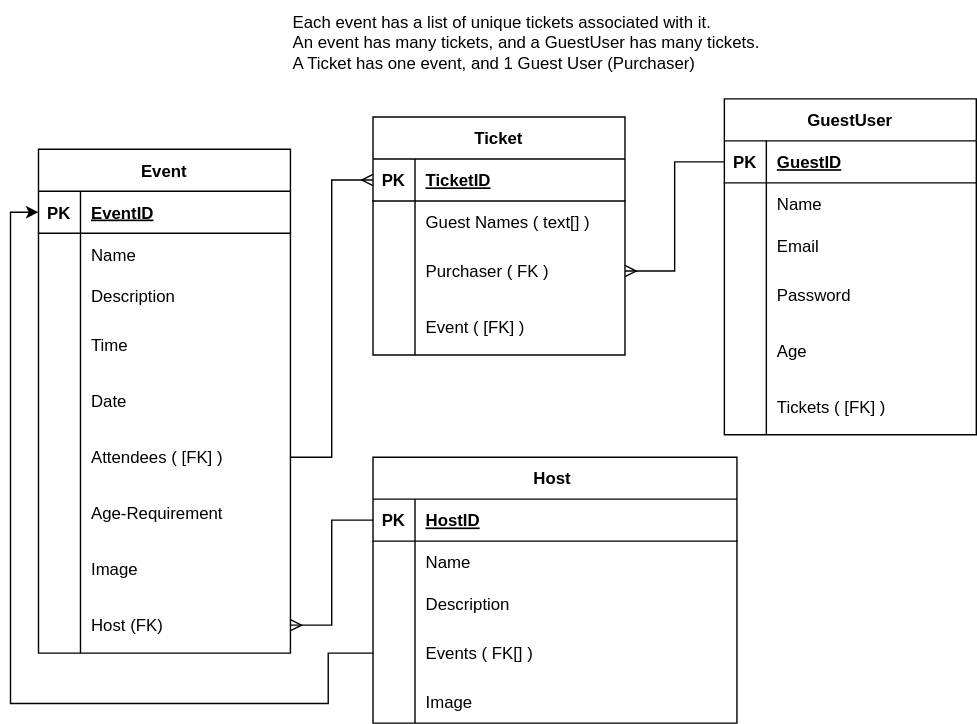
Earlier version of the draw.io export ERD/BookingSystemERD.drawio.svg (tjfacos/BookingSystem). Source tidied: cells renumbered, new cells last; positions are measured from the earlier drawing's top-left corner, leaving out a move shared by most shapes.
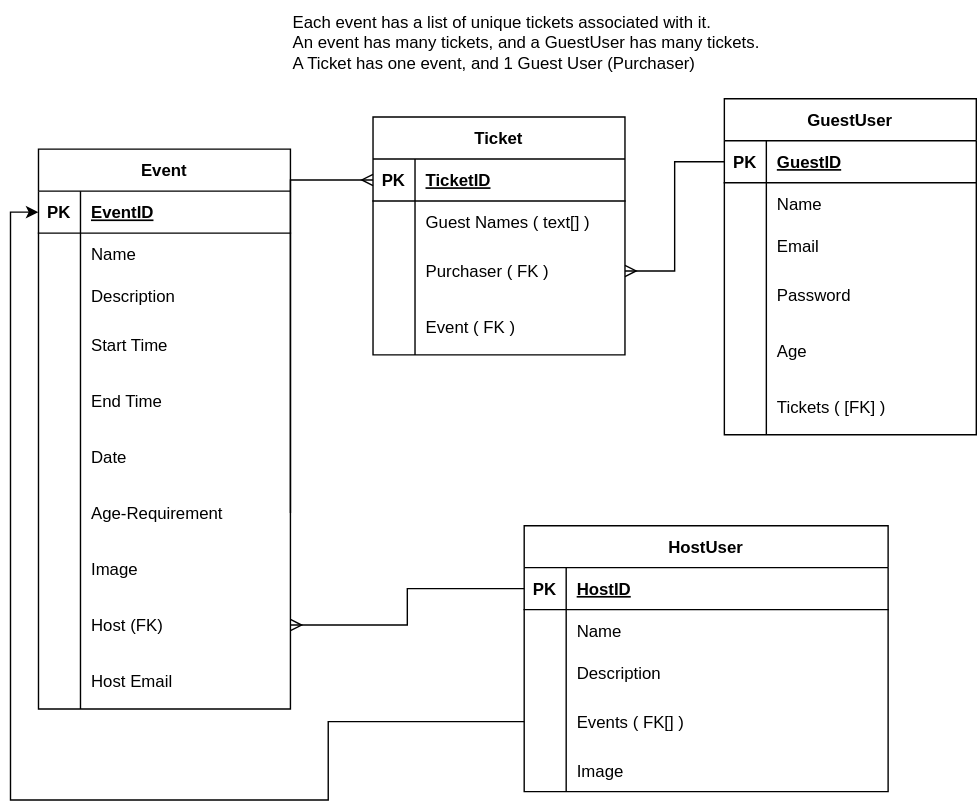
The same file after the commit.

The edit, as a diff of the source:
```diff
@@ -3,7 +3,7 @@
     <mxCell id="0" />
     <mxCell id="1" parent="0" />
     <mxCell id="2" value="Event" style="shape=table;startSize=30;rowLines=0;fontStyle=1;align=center;" parent="1" vertex="1">
-      <mxGeometry x="20" y="106" width="180" height="360" as="geometry" />
+      <mxGeometry x="20" y="106" width="180" height="400" as="geometry" />
     </mxCell>
     <mxCell id="3" style="shape=tableRow;horizontal=0;startSize=0;swimlaneHead=0;swimlaneBody=0;fillColor=none;points=[[0,0.5],[1,0.5]];portConstraint=eastwest;top=0;left=0;right=0;bottom=1;" parent="2" vertex="1">
       <mxGeometry y="30" width="180" height="30" as="geometry" />
@@ -38,11 +38,20 @@
     <mxCell id="13" style="shape=partialRectangle;fillColor=none;top=0;left=0;bottom=0;right=0;overflow=hidden;" parent="12" vertex="1">
       <mxGeometry width="30" height="40" as="geometry" />
     </mxCell>
-    <mxCell id="14" value="Time" style="shape=partialRectangle;fillColor=none;top=0;left=0;bottom=0;right=0;align=left;spacingLeft=6;overflow=hidden;" parent="12" vertex="1">
+    <mxCell id="14" value="Start Time" style="shape=partialRectangle;fillColor=none;top=0;left=0;bottom=0;right=0;align=left;spacingLeft=6;overflow=hidden;" parent="12" vertex="1">
       <mxGeometry x="30" width="150" height="40" as="geometry" />
     </mxCell>
+    <mxCell id="83" style="shape=tableRow;horizontal=0;startSize=0;swimlaneHead=0;swimlaneBody=0;fillColor=none;top=0;left=0;right=0;bottom=0;" parent="2" vertex="1">
+      <mxGeometry y="160" width="180" height="40" as="geometry" />
+    </mxCell>
+    <mxCell id="84" style="shape=partialRectangle;fillColor=none;top=0;left=0;bottom=0;right=0;overflow=hidden;" parent="83" vertex="1">
+      <mxGeometry width="30" height="40" as="geometry" />
+    </mxCell>
+    <mxCell id="85" value="End Time" style="shape=partialRectangle;fillColor=none;top=0;left=0;bottom=0;right=0;align=left;spacingLeft=6;overflow=hidden;" parent="83" vertex="1">
+      <mxGeometry x="30" width="150" height="40" as="geometry" />
+    </mxCell>
     <mxCell id="15" style="shape=tableRow;horizontal=0;startSize=0;swimlaneHead=0;swimlaneBody=0;fillColor=none;top=0;left=0;right=0;bottom=0;" parent="2" vertex="1">
-      <mxGeometry y="160" width="180" height="40" as="geometry" />
+      <mxGeometry y="200" width="180" height="40" as="geometry" />
     </mxCell>
     <mxCell id="16" style="shape=partialRectangle;fillColor=none;top=0;left=0;bottom=0;right=0;overflow=hidden;" parent="15" vertex="1">
       <mxGeometry width="30" height="40" as="geometry" />
@@ -50,15 +59,6 @@
     <mxCell id="17" value="Date" style="shape=partialRectangle;fillColor=none;top=0;left=0;bottom=0;right=0;align=left;spacingLeft=6;overflow=hidden;" parent="15" vertex="1">
       <mxGeometry x="30" width="150" height="40" as="geometry" />
     </mxCell>
-    <mxCell id="18" style="shape=tableRow;horizontal=0;startSize=0;swimlaneHead=0;swimlaneBody=0;fillColor=none;points=[[0,0.5],[1,0.5]];portConstraint=eastwest;top=0;left=0;right=0;bottom=0;" parent="2" vertex="1">
-      <mxGeometry y="200" width="180" height="40" as="geometry" />
-    </mxCell>
-    <mxCell id="19" style="shape=partialRectangle;fillColor=none;top=0;left=0;bottom=0;right=0;overflow=hidden;" parent="18" vertex="1">
-      <mxGeometry width="30" height="40" as="geometry" />
-    </mxCell>
-    <mxCell id="20" value="Attendees ( [FK] )" style="shape=partialRectangle;fillColor=none;top=0;left=0;bottom=0;right=0;align=left;spacingLeft=6;overflow=hidden;" parent="18" vertex="1">
-      <mxGeometry x="30" width="150" height="40" as="geometry" />
-    </mxCell>
     <mxCell id="21" style="shape=tableRow;horizontal=0;startSize=0;swimlaneHead=0;swimlaneBody=0;fillColor=none;top=0;left=0;right=0;bottom=0;" parent="2" vertex="1">
       <mxGeometry y="240" width="180" height="40" as="geometry" />
     </mxCell>
@@ -86,6 +86,15 @@
     <mxCell id="29" value="Host (FK)" style="shape=partialRectangle;fillColor=none;top=0;left=0;bottom=0;right=0;align=left;spacingLeft=6;overflow=hidden;" parent="27" vertex="1">
       <mxGeometry x="30" width="150" height="40" as="geometry" />
     </mxCell>
+    <mxCell id="86" style="shape=tableRow;horizontal=0;startSize=0;swimlaneHead=0;swimlaneBody=0;fillColor=none;top=0;left=0;right=0;bottom=0;" parent="2" vertex="1">
+      <mxGeometry y="360" width="180" height="40" as="geometry" />
+    </mxCell>
+    <mxCell id="87" style="shape=partialRectangle;fillColor=none;top=0;left=0;bottom=0;right=0;overflow=hidden;" parent="86" vertex="1">
+      <mxGeometry width="30" height="40" as="geometry" />
+    </mxCell>
+    <mxCell id="88" value="Host Email" style="shape=partialRectangle;fillColor=none;top=0;left=0;bottom=0;right=0;align=left;spacingLeft=6;overflow=hidden;" parent="86" vertex="1">
+      <mxGeometry x="30" width="150" height="40" as="geometry" />
+    </mxCell>
     <mxCell id="30" value="GuestUser" style="shape=table;startSize=30;rowLines=0;fontStyle=1;align=center;" parent="1" vertex="1">
       <mxGeometry x="510" y="70" width="180" height="240" as="geometry" />
     </mxCell>
@@ -179,11 +188,13 @@
     <mxCell id="60" style="shape=partialRectangle;fillColor=none;top=0;left=0;bottom=0;right=0;overflow=hidden;" parent="59" vertex="1">
       <mxGeometry width="30" height="40" as="geometry" />
     </mxCell>
-    <mxCell id="61" value="Event ( [FK] )" style="shape=partialRectangle;fillColor=none;top=0;left=0;bottom=0;right=0;align=left;spacingLeft=6;overflow=hidden;" parent="59" vertex="1">
+    <mxCell id="61" value="Event ( FK )" style="shape=partialRectangle;fillColor=none;top=0;left=0;bottom=0;right=0;align=left;spacingLeft=6;overflow=hidden;" parent="59" vertex="1">
       <mxGeometry x="30" width="150" height="40" as="geometry" />
     </mxCell>
-    <mxCell id="62" style="edgeStyle=orthogonalEdgeStyle;rounded=0;jettySize=auto;html=1;exitX=1;exitY=0.5;exitDx=0;exitDy=0;entryX=0;entryY=0.5;entryDx=0;entryDy=0;endArrow=ERmany;endFill=0;" parent="1" edge="1" source="18" target="50">
-      <mxGeometry relative="1" as="geometry" />
+    <mxCell id="62" style="edgeStyle=orthogonalEdgeStyle;rounded=0;jettySize=auto;html=1;exitX=1;exitY=0.5;exitDx=0;exitDy=0;entryX=0;entryY=0.5;entryDx=0;entryDy=0;endArrow=ERmany;endFill=0;" parent="1" edge="1" target="50">
+      <mxGeometry relative="1" as="geometry">
+        <mxPoint x="200" y="366" as="sourcePoint" />
+      </mxGeometry>
     </mxCell>
     <mxCell id="63" style="edgeStyle=orthogonalEdgeStyle;rounded=0;jettySize=auto;html=1;exitX=0;exitY=0.5;exitDx=0;exitDy=0;entryX=1;entryY=0.5;entryDx=0;entryDy=0;endArrow=ERmany;endFill=0;" parent="1" edge="1" source="31" target="56">
       <mxGeometry relative="1" as="geometry" />
@@ -191,8 +202,8 @@
     <mxCell id="64" value="Each event has a list of unique tickets associated with it.&lt;br&gt;An event has many tickets, and a GuestUser has many tickets.&lt;br&gt;&lt;div style=&quot;&quot;&gt;&lt;span style=&quot;background-color: initial;&quot;&gt;A Ticket has one event, and 1 Guest User (Purchaser)&lt;/span&gt;&lt;/div&gt;" style="text;html=1;align=left;verticalAlign=middle;strokeColor=none;fillColor=none;" parent="1" vertex="1">
       <mxGeometry x="200" width="360" height="60" as="geometry" />
     </mxCell>
-    <mxCell id="65" value="Host " style="shape=table;startSize=30;rowLines=0;fontStyle=1;align=center;" parent="1" vertex="1">
-      <mxGeometry x="259" y="326" width="260" height="190" as="geometry" />
+    <mxCell id="65" value="HostUser" style="shape=table;startSize=30;rowLines=0;fontStyle=1;align=center;" parent="1" vertex="1">
+      <mxGeometry x="367" y="375" width="260" height="190" as="geometry" />
     </mxCell>
     <mxCell id="66" style="shape=tableRow;horizontal=0;startSize=0;swimlaneHead=0;swimlaneBody=0;fillColor=none;points=[[0,0.5],[1,0.5]];portConstraint=eastwest;top=0;left=0;right=0;bottom=1;" parent="65" vertex="1">
       <mxGeometry y="30" width="260" height="30" as="geometry" />
@@ -245,9 +256,9 @@
     <mxCell id="82" style="edgeStyle=orthogonalEdgeStyle;rounded=0;jettySize=auto;html=1;exitX=0;exitY=0.5;exitDx=0;exitDy=0;entryX=0;entryY=0.5;entryDx=0;entryDy=0;" parent="1" edge="1" source="75" target="3">
       <mxGeometry relative="1" as="geometry">
         <Array as="points">
-          <mxPoint x="227" y="466" />
-          <mxPoint x="227" y="502" />
-          <mxPoint y="502" />
+          <mxPoint x="227" y="515" />
+          <mxPoint x="227" y="571" />
+          <mxPoint y="571" />
           <mxPoint y="151" />
         </Array>
       </mxGeometry>
```
